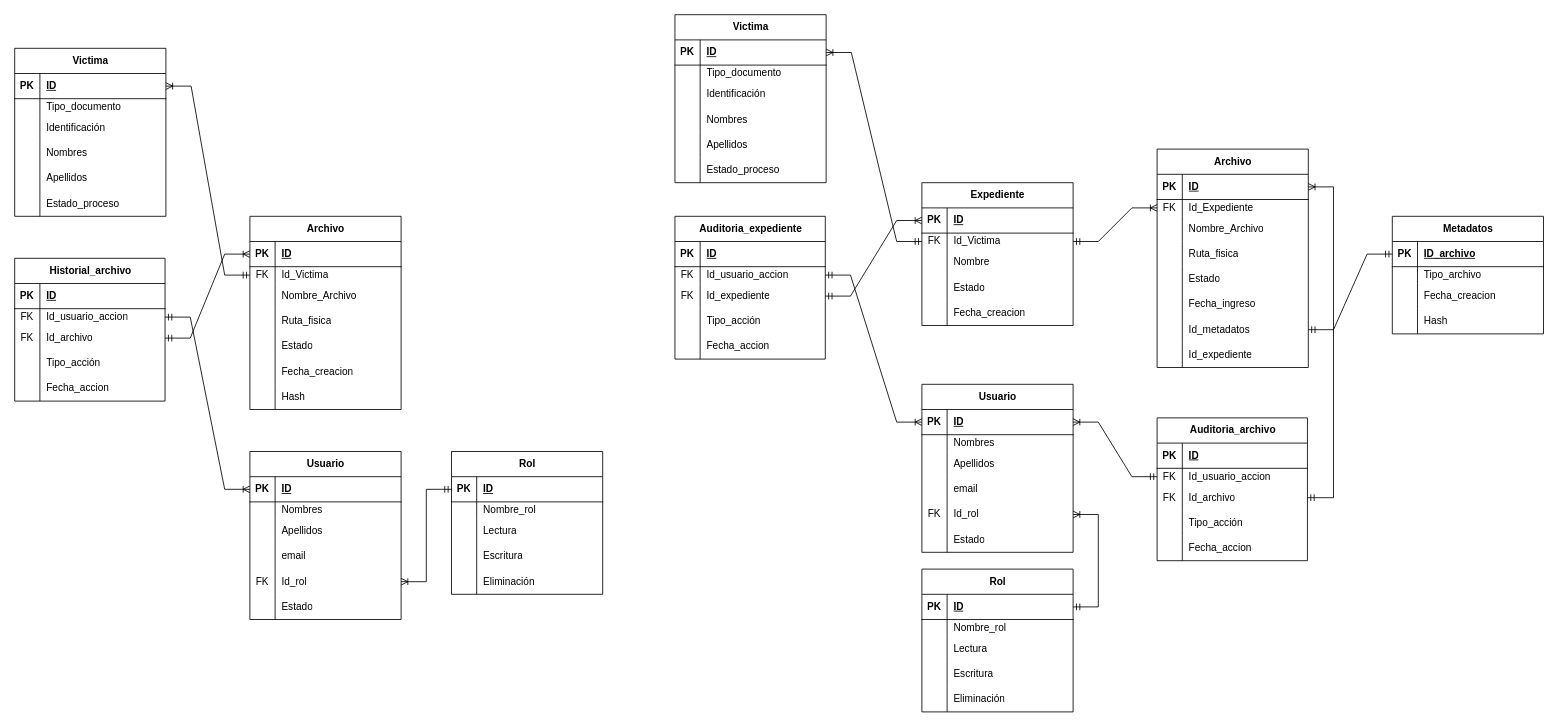
This is Entidad-relacion documental restitucion de tierras.drawio from nrb3098/ProyectoVictimasAPE, a draw.io file, before an edit. Source tidied: cells renumbered, new cells numbered last; positions are measured from the earlier drawing's top-left corner, leaving out a move shared by most shapes. Both pictures are drawn from the tidied source at 84%, with x=0, y=0 at pixel (14, 14).
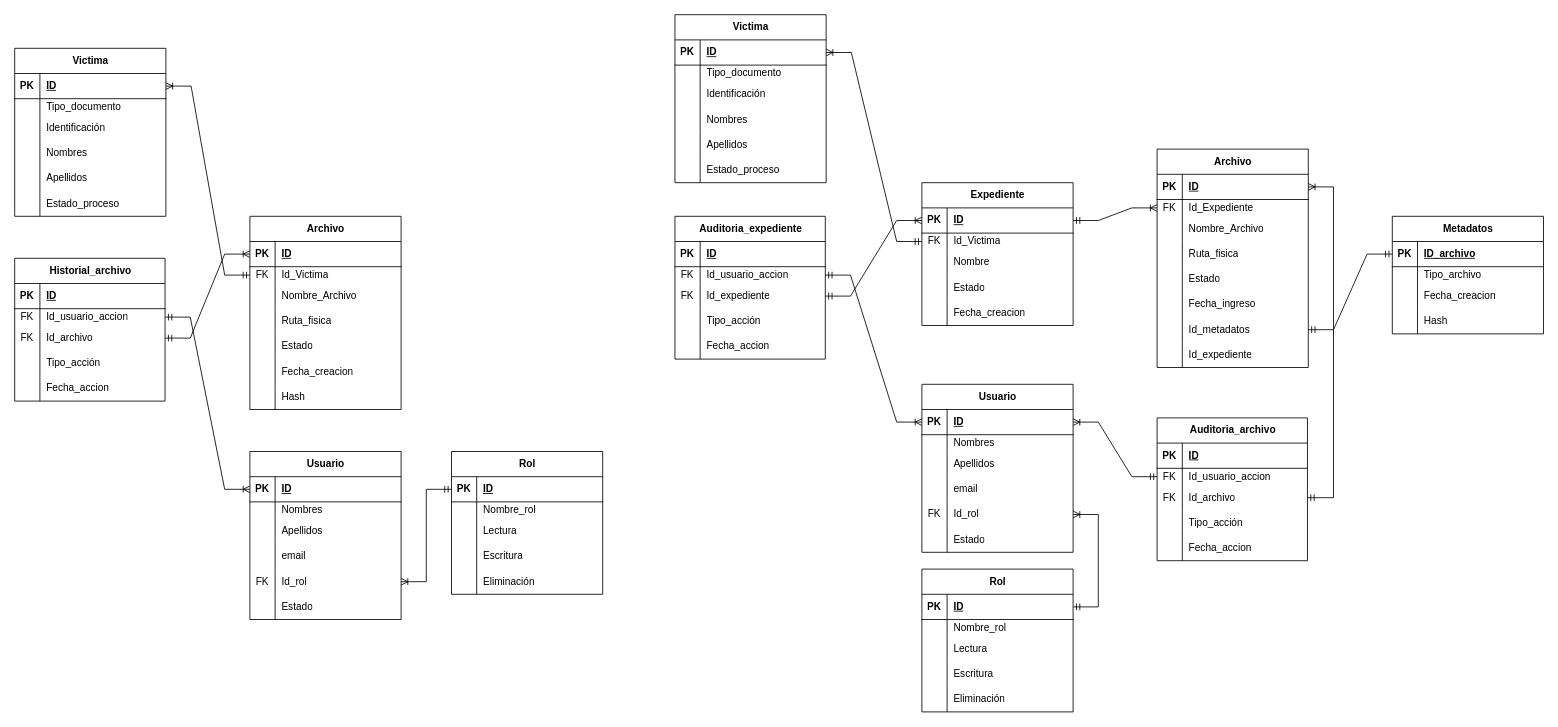
The same diagram, later.

The change refers to these unchanged cells:
```xml
<mxCell id="137" style="shape=tableRow;horizontal=0;startSize=0;swimlaneHead=0;swimlaneBody=0;fillColor=none;points=[[0,0.5],[1,0.5]];portConstraint=eastwest;top=0;left=0;right=0;bottom=1;" parent="136" vertex="1">
  <mxGeometry y="30" width="180" height="30" as="geometry" />
</mxCell>
<mxCell id="140" style="shape=tableRow;horizontal=0;startSize=0;swimlaneHead=0;swimlaneBody=0;fillColor=none;points=[[0,0.5],[1,0.5]];portConstraint=eastwest;top=0;left=0;right=0;bottom=0;" parent="136" vertex="1">
  <mxGeometry y="60" width="180" height="20" as="geometry" />
</mxCell>
<mxCell id="192" style="shape=tableRow;horizontal=0;startSize=0;swimlaneHead=0;swimlaneBody=0;fillColor=none;points=[[0,0.5],[1,0.5]];portConstraint=eastwest;top=0;left=0;right=0;bottom=0;" parent="188" vertex="1">
  <mxGeometry y="60" width="180" height="20" as="geometry" />
</mxCell>
```

Change to the diagram source:
```diff
@@
-    <mxCell id="213" style="edgeStyle=entityRelationEdgeStyle;fontSize=12;html=1;endArrow=ERoneToMany;startArrow=ERmandOne;rounded=0;" parent="1" edge="1" source="140" target="192">
+    <mxCell id="213" style="edgeStyle=entityRelationEdgeStyle;fontSize=12;html=1;endArrow=ERoneToMany;startArrow=ERmandOne;rounded=0;" parent="1" edge="1" source="137" target="192">
       <mxGeometry relative="1" as="geometry">
         <Array as="points">
           <mxPoint x="1362" y="515" />
           <mxPoint x="1362" y="525" />
           <mxPoint x="1352" y="525" />
         </Array>
       </mxGeometry>
     </mxCell>
```
